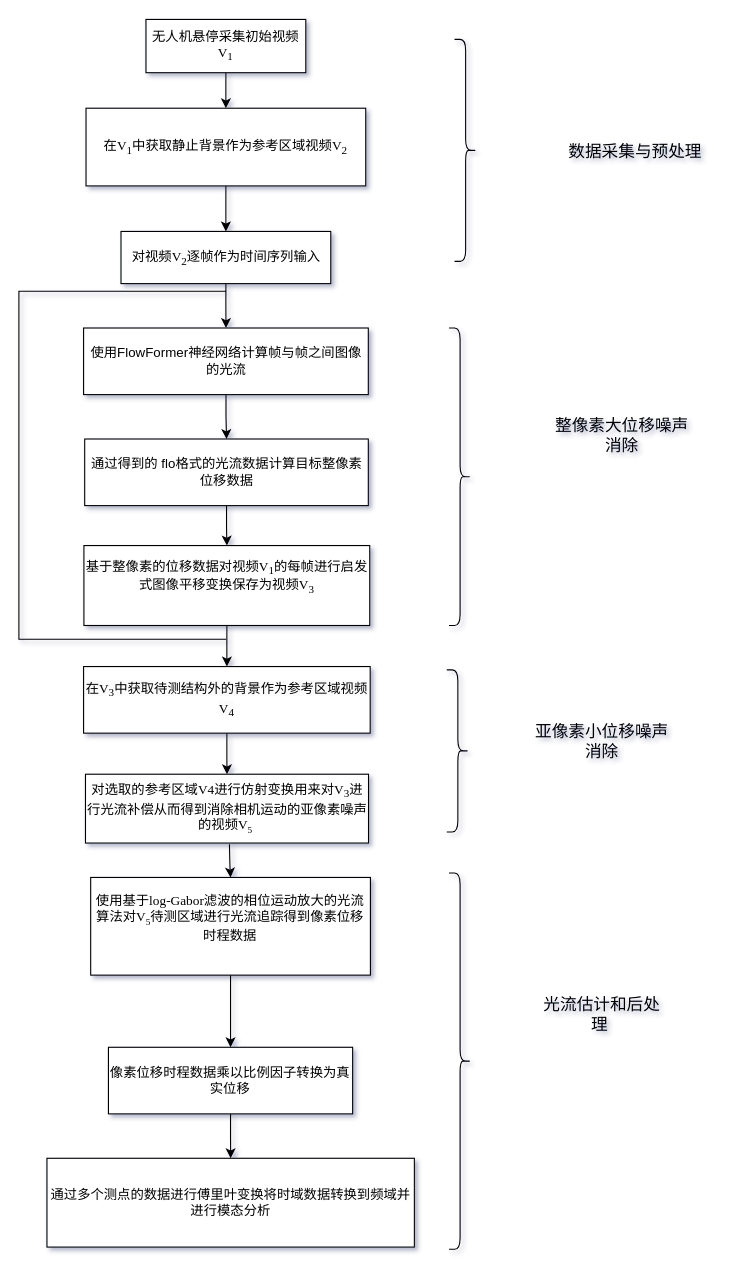
Before: page "Page-1" (1 of 3) of 专利流程图.drawio in ZWJ5656588/uml, a draw.io diagram. Source tidied: cells renumbered, new cells numbered last; positions are measured from the earlier drawing's top-left corner, leaving out a move shared by most shapes. Both pictures are drawn from the tidied source at 111%, with x=0, y=0 at pixel (-52, 19).
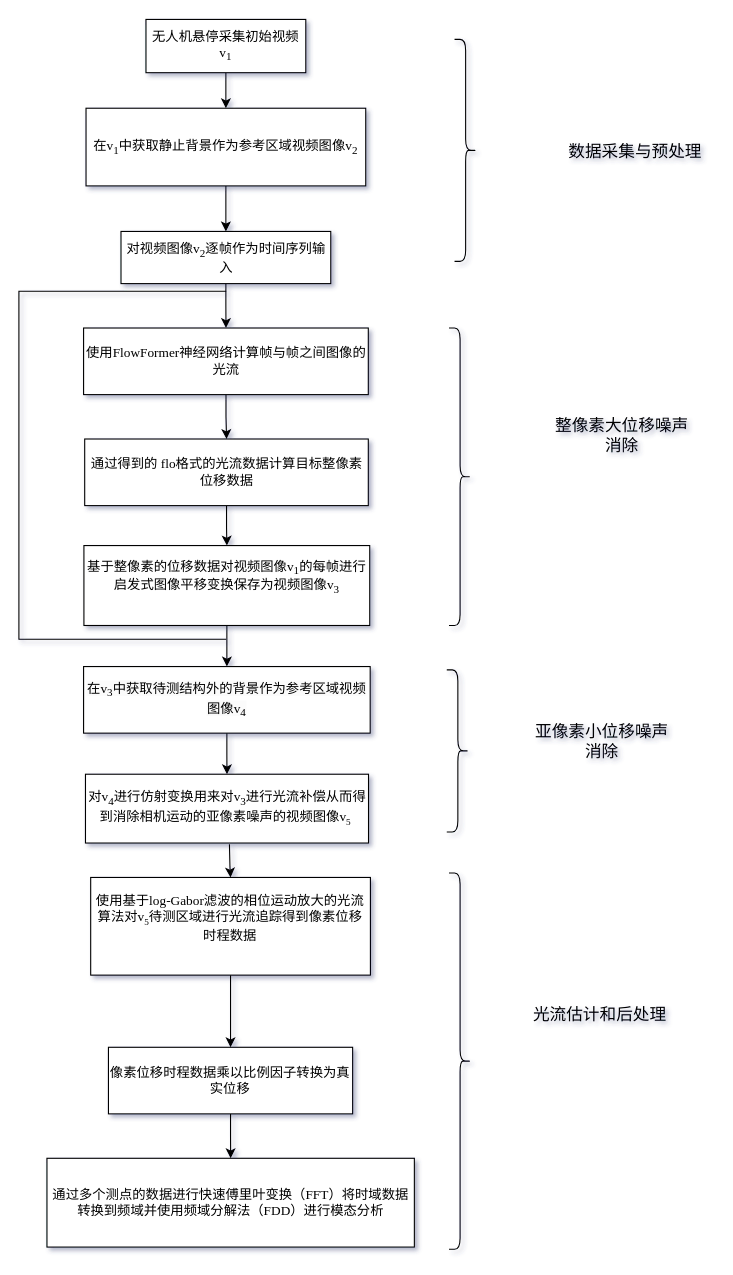
The same diagram, later.

Commit message:
Update 专利流程图.drawio

Change to the diagram source:
```diff
@@
-    <mxCell id="2" value="通过多个测点的数据进行傅里叶变换将时域数据转换到频域并进行模态分析" style="rounded=0;whiteSpace=wrap;html=1;" parent="1" vertex="1">
+    <mxCell id="2" value="&lt;font face=&quot;Times New Roman&quot;&gt;通过多个测点的数据进行快速傅里叶变换（FFT）将时域数据转换到频域并使用频域分解法（FDD）进行模态分析&lt;/font&gt;" style="rounded=0;whiteSpace=wrap;html=1;" parent="1" vertex="1">
       <mxGeometry x="88.8" y="1026" width="331" height="80" as="geometry" />
     </mxCell>
@@
-    <mxCell id="4" value="&lt;font face=&quot;Times New Roman&quot;&gt;&lt;font class=&quot;__Cici__translate__ __Cici_translate_similar_text_content__&quot;&gt;&lt;font style=&quot;display: inline-block;&quot; class=&quot;__Cici_translate_translated_inject_node__&quot;&gt;无人机悬停采集初始视频V&lt;sub&gt;1&lt;/sub&gt;&lt;/font&gt;&lt;/font&gt;&lt;/font&gt;" style="rounded=0;whiteSpace=wrap;html=1;" parent="1" vertex="1">
+    <mxCell id="4" value="&lt;font style=&quot;&quot; class=&quot;__Cici__translate__ __Cici_translate_similar_text_content__&quot;&gt;&lt;font face=&quot;Times New Roman&quot; style=&quot;display: inline-block;&quot; class=&quot;__Cici_translate_translated_inject_node__&quot;&gt;无人机悬停采集初始视频v&lt;sub style=&quot;&quot;&gt;1&lt;/sub&gt;&lt;/font&gt;&lt;/font&gt;" style="rounded=0;whiteSpace=wrap;html=1;" parent="1" vertex="1">
       <mxGeometry x="178" width="144" height="48" as="geometry" />
     </mxCell>
@@
-    <mxCell id="6" value="&lt;font face=&quot;Times New Roman&quot;&gt;&lt;font class=&quot;__Cici__translate__ __Cici_translate_similar_text_content__&quot;&gt;&lt;font style=&quot;display: inline-block;&quot; class=&quot;__Cici_translate_translated_inject_node__&quot;&gt;在V&lt;sub&gt;1&lt;/sub&gt;中获取静止背景作为参考区域视频V&lt;sub&gt;2&lt;/sub&gt;&lt;/font&gt;&lt;/font&gt;&lt;/font&gt;" style="rounded=0;whiteSpace=wrap;html=1;" parent="1" vertex="1">
+    <mxCell id="6" value="&lt;font face=&quot;Times New Roman&quot;&gt;&lt;font class=&quot;__Cici__translate__ __Cici_translate_similar_text_content__&quot;&gt;&lt;font style=&quot;display: inline-block;&quot; class=&quot;__Cici_translate_translated_inject_node__&quot;&gt;在v&lt;sub&gt;1&lt;/sub&gt;中获取静止背景作为参考区域视频图像v&lt;sub&gt;2&lt;/sub&gt;&lt;/font&gt;&lt;/font&gt;&lt;/font&gt;" style="rounded=0;whiteSpace=wrap;html=1;" parent="1" vertex="1">
       <mxGeometry x="124" y="80" width="252" height="70" as="geometry" />
     </mxCell>
@@
-    <mxCell id="8" value="&lt;font face=&quot;Times New Roman&quot;&gt;对视频V&lt;sub&gt;2&lt;/sub&gt;逐帧作为时间序列输入&lt;/font&gt;" style="rounded=0;whiteSpace=wrap;html=1;" parent="1" vertex="1">
+    <mxCell id="8" value="&lt;font face=&quot;Times New Roman&quot;&gt;对视频图像v&lt;sub&gt;2&lt;/sub&gt;逐帧作为时间序列输入&lt;/font&gt;" style="rounded=0;whiteSpace=wrap;html=1;" parent="1" vertex="1">
       <mxGeometry x="155.5" y="191" width="189" height="47" as="geometry" />
     </mxCell>
@@
-    <mxCell id="10" value="使用FlowFormer神经网络计算帧与帧之间图像的光流" style="rounded=0;whiteSpace=wrap;html=1;" parent="1" vertex="1">
+    <mxCell id="10" value="&lt;font face=&quot;Times New Roman&quot;&gt;使用FlowFormer神经网络计算帧与帧之间图像的光流&lt;/font&gt;" style="rounded=0;whiteSpace=wrap;html=1;" parent="1" vertex="1">
       <mxGeometry x="121.8" y="278" width="256.5" height="60" as="geometry" />
     </mxCell>
@@
-    <mxCell id="12" value="通过得到的&lt;font class=&quot;__Cici__translate__&quot;&gt;&lt;font style=&quot;display: none;&quot; class=&quot;__Cici_translate_origin_node__&quot;&gt;ton&lt;/font&gt;&amp;nbsp;flo格式的光流数据计算目标整像素位移数据&lt;/font&gt;" style="rounded=0;whiteSpace=wrap;html=1;" parent="1" vertex="1">
+    <mxCell id="12" value="&lt;font face=&quot;Times New Roman&quot;&gt;通过得到的&lt;font class=&quot;__Cici__translate__&quot;&gt;&lt;font style=&quot;display: none;&quot; class=&quot;__Cici_translate_origin_node__&quot;&gt;ton&lt;/font&gt;&amp;nbsp;flo格式的光流数据计算目标整像素位移数据&lt;/font&gt;&lt;/font&gt;" style="rounded=0;whiteSpace=wrap;html=1;" parent="1" vertex="1">
       <mxGeometry x="122.8" y="378" width="255.5" height="60" as="geometry" />
     </mxCell>
@@
-    <mxCell id="14" value="&lt;font face=&quot;Times New Roman&quot;&gt;基于整像素的位移数据对视频V&lt;sub&gt;1&lt;/sub&gt;的每帧进行启发式图像平移变换保存为视频V&lt;sub&gt;3&lt;/sub&gt;&lt;/font&gt;&lt;font class=&quot;__Cici__translate__ __Cici_translate_similar_text_content__&quot;&gt;&lt;font style=&quot;display: none;&quot; class=&quot;__Cici_translate_origin_node__&quot;&gt;基于整像素的位移数据对视频帧进行启发式图像平移变换保存为视频&lt;/font&gt;&lt;font style=&quot;display: block;&quot; class=&quot;__Cici_translate_translated_inject_node__ __Cici_translate_need_wrapper__&quot;&gt;&lt;br&gt;&lt;/font&gt;&lt;/font&gt;" style="rounded=0;whiteSpace=wrap;html=1;" parent="1" vertex="1">
+    <mxCell id="14" value="&lt;font face=&quot;Times New Roman&quot;&gt;基于整像素的位移数据对视频图像v&lt;sub style=&quot;&quot;&gt;1&lt;/sub&gt;的每帧进行启发式图像平移变换保存为视频图像v&lt;sub style=&quot;&quot;&gt;3&lt;/sub&gt;&lt;/font&gt;&lt;font class=&quot;__Cici__translate__ __Cici_translate_similar_text_content__&quot;&gt;&lt;font style=&quot;display: none;&quot; class=&quot;__Cici_translate_origin_node__&quot;&gt;基于整像素的位移数据对视频帧进行启发式图像平移变换保存为视频&lt;/font&gt;&lt;font style=&quot;display: block;&quot; class=&quot;__Cici_translate_translated_inject_node__ __Cici_translate_need_wrapper__&quot;&gt;&lt;br&gt;&lt;/font&gt;&lt;/font&gt;" style="rounded=0;whiteSpace=wrap;html=1;" parent="1" vertex="1">
       <mxGeometry x="122.1" y="474" width="257.5" height="72" as="geometry" />
     </mxCell>
@@
-    <mxCell id="17" value="&lt;br&gt;&lt;span style=&quot;color: rgb(0, 0, 0); font-family: &amp;quot;Times New Roman&amp;quot;; font-size: 12px; font-style: normal; font-variant-ligatures: normal; font-variant-caps: normal; font-weight: 400; letter-spacing: normal; orphans: 2; text-align: center; text-indent: 0px; text-transform: none; widows: 2; word-spacing: 0px; -webkit-text-stroke-width: 0px; white-space: normal; background-color: rgb(251, 251, 251); text-decoration-thickness: initial; text-decoration-style: initial; text-decoration-color: initial; display: inline !important; float: none;&quot;&gt;在V&lt;sub&gt;3&lt;/sub&gt;中获取待测结构外的背景作为参考区域视频V&lt;sub&gt;4&lt;/sub&gt;&lt;/span&gt;&lt;div&gt;&lt;br&gt;&lt;/div&gt;" style="rounded=0;whiteSpace=wrap;html=1;" parent="1" vertex="1">
+    <mxCell id="17" value="&lt;br&gt;&lt;span style=&quot;color: rgb(0, 0, 0); font-family: &amp;quot;Times New Roman&amp;quot;; font-size: 12px; font-style: normal; font-variant-ligatures: normal; font-variant-caps: normal; font-weight: 400; letter-spacing: normal; orphans: 2; text-align: center; text-indent: 0px; text-transform: none; widows: 2; word-spacing: 0px; -webkit-text-stroke-width: 0px; white-space: normal; background-color: rgb(251, 251, 251); text-decoration-thickness: initial; text-decoration-style: initial; text-decoration-color: initial; float: none; display: inline !important;&quot;&gt;在v&lt;sub&gt;3&lt;/sub&gt;中获取待测结构外的背景作为参考区域视频图像v&lt;sub&gt;4&lt;/sub&gt;&lt;/span&gt;&lt;div&gt;&lt;br&gt;&lt;/div&gt;" style="rounded=0;whiteSpace=wrap;html=1;" parent="1" vertex="1">
       <mxGeometry x="121.8" y="583" width="258.2" height="60" as="geometry" />
     </mxCell>
@@
-    <mxCell id="19" value="&lt;font face=&quot;Times New Roman&quot;&gt;使用基于log-Gabor滤波&lt;font style=&quot;background-color: initial;&quot;&gt;的相位运动放大的光流算法对V&lt;span style=&quot;font-size: 10px;&quot;&gt;&lt;sub&gt;5&lt;/sub&gt;&lt;/span&gt;待测区域进行光流追&lt;/font&gt;&lt;/font&gt;&lt;span style=&quot;background-color: initial;&quot;&gt;&lt;font face=&quot;rweN1SNauHQMGd4krrAq&quot;&gt;踪得到像素位移时程数&lt;/font&gt;据&lt;/span&gt;&lt;font class=&quot;__Cici__translate__ __Cici_translate_similar_text_content__&quot;&gt;&lt;font style=&quot;display: none;&quot; class=&quot;__Cici_translate_origin_node__&quot;&gt;&lt;font face=&quot;Times New Roman&quot;&gt;使用基于&lt;/font&gt;&lt;font style=&quot;background-color: initial;&quot; face=&quot;M3rHPRTttsDQLHMKlIXt&quot;&gt;可变分金字塔的运动放大的光流算法对V4待测区域进行光流追&lt;/font&gt;&lt;span style=&quot;background-color: initial;&quot;&gt;踪&lt;/span&gt;&lt;/font&gt;&lt;font style=&quot;display: block;&quot; class=&quot;__Cici_translate_translated_inject_node__ __Cici_translate_need_wrapper__&quot;&gt;&lt;br&gt;&lt;/font&gt;&lt;/font&gt;" style="rounded=0;whiteSpace=wrap;html=1;align=center;" parent="1" vertex="1">
+    <mxCell id="19" value="&lt;font face=&quot;Times New Roman&quot;&gt;使用基于log-Gabor滤波&lt;font style=&quot;background-color: initial;&quot;&gt;的相位运动放大的光流算法对v&lt;span style=&quot;font-size: 10px;&quot;&gt;&lt;sub&gt;5&lt;/sub&gt;&lt;/span&gt;待测区域进行光流追&lt;/font&gt;&lt;/font&gt;&lt;span style=&quot;background-color: initial;&quot;&gt;&lt;font face=&quot;rweN1SNauHQMGd4krrAq&quot;&gt;踪得到像素位移时程数&lt;/font&gt;据&lt;/span&gt;&lt;font class=&quot;__Cici__translate__ __Cici_translate_similar_text_content__&quot;&gt;&lt;font style=&quot;display: none;&quot; class=&quot;__Cici_translate_origin_node__&quot;&gt;&lt;font face=&quot;Times New Roman&quot;&gt;使用基于&lt;/font&gt;&lt;font style=&quot;background-color: initial;&quot; face=&quot;M3rHPRTttsDQLHMKlIXt&quot;&gt;可变分金字塔的运动放大的光流算法对V4待测区域进行光流追&lt;/font&gt;&lt;span style=&quot;background-color: initial;&quot;&gt;踪&lt;/span&gt;&lt;/font&gt;&lt;font style=&quot;display: block;&quot; class=&quot;__Cici_translate_translated_inject_node__ __Cici_translate_need_wrapper__&quot;&gt;&lt;br&gt;&lt;/font&gt;&lt;/font&gt;" style="rounded=0;whiteSpace=wrap;html=1;align=center;" parent="1" vertex="1">
       <mxGeometry x="128.2" y="773" width="252" height="88" as="geometry" />
     </mxCell>
@@
-    <mxCell id="27" value="&lt;font style=&quot;font-size: 15px;&quot;&gt;数据采集与预处理&lt;/font&gt;" style="text;strokeColor=none;align=center;fillColor=none;html=1;verticalAlign=middle;whiteSpace=wrap;rounded=0;" parent="1" vertex="1">
+    <mxCell id="27" value="&lt;font face=&quot;Times New Roman&quot; style=&quot;font-size: 15px;&quot;&gt;数据采集与预处理&lt;/font&gt;" style="text;strokeColor=none;align=center;fillColor=none;html=1;verticalAlign=middle;whiteSpace=wrap;rounded=0;" parent="1" vertex="1">
       <mxGeometry x="556" y="98.7" width="126.1" height="38.7" as="geometry" />
     </mxCell>
-    <mxCell id="28" value="&lt;font style=&quot;font-size: 15px;&quot;&gt;整像素大位移噪声消除&lt;/font&gt;" style="text;strokeColor=none;align=center;fillColor=none;html=1;verticalAlign=middle;whiteSpace=wrap;rounded=0;" parent="1" vertex="1">
+    <mxCell id="28" value="&lt;font style=&quot;font-size: 15px;&quot;&gt;&lt;font face=&quot;Times New Roman&quot;&gt;整像素大位移&lt;/font&gt;噪声消除&lt;/font&gt;" style="text;strokeColor=none;align=center;fillColor=none;html=1;verticalAlign=middle;whiteSpace=wrap;rounded=0;" parent="1" vertex="1">
       <mxGeometry x="544" y="355" width="126.1" height="38.7" as="geometry" />
     </mxCell>
-    <mxCell id="29" value="&lt;font style=&quot;font-size: 15px;&quot;&gt;亚像素小位移噪声消除&lt;/font&gt;" style="text;strokeColor=none;align=center;fillColor=none;html=1;verticalAlign=middle;whiteSpace=wrap;rounded=0;" parent="1" vertex="1">
+    <mxCell id="29" value="&lt;font face=&quot;Times New Roman&quot;&gt;&lt;font style=&quot;font-size: 15px;&quot;&gt;亚像素小位移噪声消除&lt;/font&gt;&lt;/font&gt;" style="text;strokeColor=none;align=center;fillColor=none;html=1;verticalAlign=middle;whiteSpace=wrap;rounded=0;" parent="1" vertex="1">
       <mxGeometry x="526" y="631" width="126.1" height="38.7" as="geometry" />
     </mxCell>
-    <mxCell id="30" value="&lt;span style=&quot;font-size: 15px;&quot;&gt;光流估计和后处理&lt;font class=&quot;__Cici__translate__&quot;&gt;&lt;font style=&quot;display: none;&quot; class=&quot;__Cici_translate_origin_node__&quot;&gt;gua&lt;/font&gt;&amp;nbsp;&lt;/font&gt;&lt;/span&gt;" style="text;strokeColor=none;align=center;fillColor=none;html=1;verticalAlign=middle;whiteSpace=wrap;rounded=0;" parent="1" vertex="1">
+    <mxCell id="30" value="&lt;span style=&quot;font-size: 15px;&quot;&gt;&lt;font face=&quot;Times New Roman&quot;&gt;光流估计和后处理&lt;font class=&quot;__Cici__translate__&quot;&gt;&lt;font style=&quot;display: none;&quot; class=&quot;__Cici_translate_origin_node__&quot;&gt;gua&lt;/font&gt;&amp;nbsp;&lt;/font&gt;&lt;/font&gt;&lt;/span&gt;" style="text;strokeColor=none;align=center;fillColor=none;html=1;verticalAlign=middle;whiteSpace=wrap;rounded=0;" parent="1" vertex="1">
       <mxGeometry x="526" y="877" width="126.1" height="38.7" as="geometry" />
     </mxCell>
-    <mxCell id="31" value="&lt;div style=&quot;&quot;&gt;&lt;span style=&quot;font-family: &amp;quot;Times New Roman&amp;quot;; background-color: initial;&quot;&gt;对选取的参考区域V4进行仿射变换用来对V&lt;/span&gt;&lt;sub style=&quot;font-family: &amp;quot;Times New Roman&amp;quot;; background-color: initial;&quot;&gt;3&lt;/sub&gt;&lt;span style=&quot;font-family: &amp;quot;Times New Roman&amp;quot;; background-color: initial;&quot;&gt;进行光流补偿从而&lt;/span&gt;&lt;font style=&quot;background-color: initial;&quot; face=&quot;cYyLVqvPSQjDSF9pOBt-&quot;&gt;得到消除相机运动的亚像素噪声的视频&lt;/font&gt;&lt;font style=&quot;background-color: initial;&quot; face=&quot;Times New Roman&quot;&gt;V&lt;span style=&quot;font-size: 10px;&quot;&gt;&lt;sub&gt;5&lt;/sub&gt;&lt;/span&gt;&lt;/font&gt;&lt;font style=&quot;background-color: initial;&quot; class=&quot;__Cici__translate__ __Cici_translate_similar_text_content__&quot;&gt;&amp;nbsp;&lt;/font&gt;&lt;/div&gt;" style="rounded=0;whiteSpace=wrap;html=1;align=center;" parent="1" vertex="1">
+    <mxCell id="31" value="&lt;div style=&quot;&quot;&gt;&lt;span style=&quot;font-family: &amp;quot;Times New Roman&amp;quot;; background-color: initial;&quot;&gt;对v&lt;sub&gt;4&lt;/sub&gt;进行仿射变换用来对v&lt;/span&gt;&lt;sub style=&quot;font-family: &amp;quot;Times New Roman&amp;quot;; background-color: initial;&quot;&gt;3&lt;/sub&gt;&lt;span style=&quot;font-family: &amp;quot;Times New Roman&amp;quot;; background-color: initial;&quot;&gt;进行光流补偿从而&lt;/span&gt;&lt;font style=&quot;background-color: initial;&quot; face=&quot;cYyLVqvPSQjDSF9pOBt-&quot;&gt;得到消除相机运动的亚像素噪声的视频图像&lt;/font&gt;&lt;span style=&quot;font-family: &amp;quot;Times New Roman&amp;quot;; background-color: transparent; color: light-dark(rgb(0, 0, 0), rgb(255, 255, 255));&quot;&gt;v&lt;/span&gt;&lt;font style=&quot;background-color: initial; color: light-dark(rgb(0, 0, 0), rgb(255, 255, 255));&quot; face=&quot;Times New Roman&quot;&gt;&lt;span style=&quot;font-size: 10px;&quot;&gt;&lt;sub&gt;5&lt;/sub&gt;&lt;/span&gt;&lt;/font&gt;&lt;font style=&quot;background-color: initial; color: light-dark(rgb(0, 0, 0), rgb(255, 255, 255));&quot; class=&quot;__Cici__translate__ __Cici_translate_similar_text_content__&quot;&gt;&amp;nbsp;&lt;/font&gt;&lt;/div&gt;" style="rounded=0;whiteSpace=wrap;html=1;align=center;" parent="1" vertex="1">
       <mxGeometry x="123.5" y="680" width="255" height="62" as="geometry" />
     </mxCell>
```
